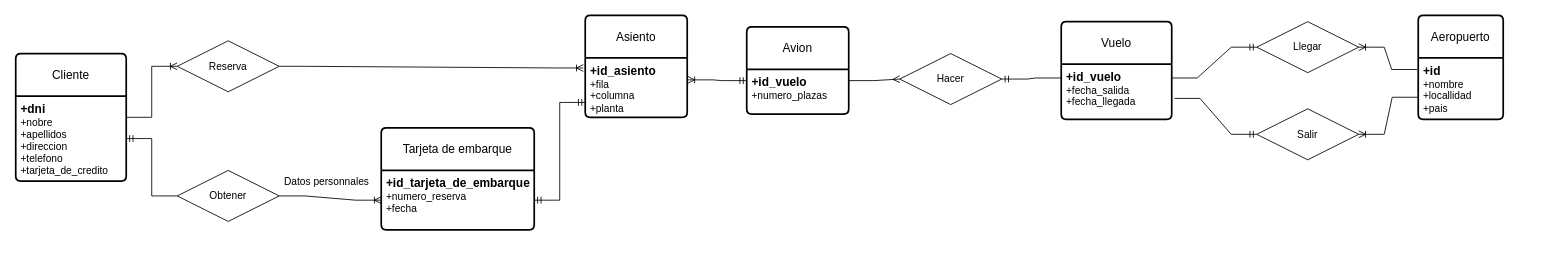
Above: ejercicio8.drawio in AsierGArranz/aga-sru-sa-t-UD12DiagramaER-11102023 (draw.io), before the change. Source tidied: cells renumbered, new cells numbered last; positions are measured from the earlier drawing's top-left corner, leaving out a move shared by most shapes. Both pictures are drawn from the tidied source at 85%, with x=0, y=0 at pixel (15, 15).
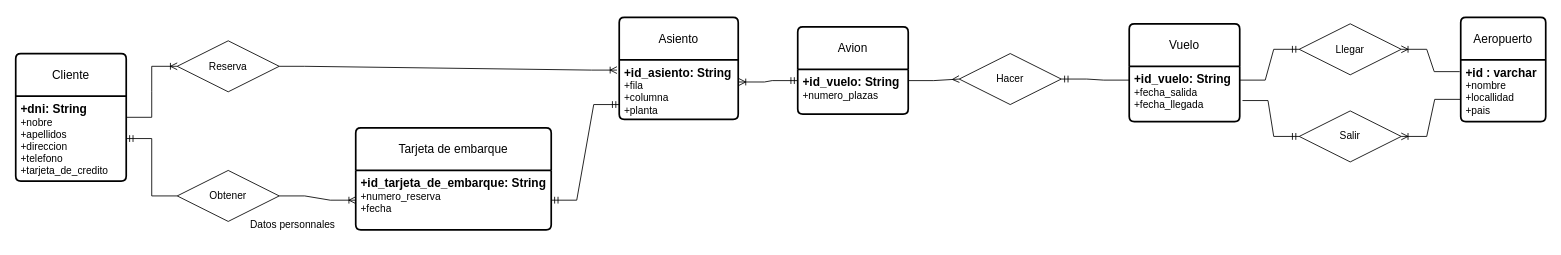
The same page after the edit.

The change refers to these unchanged cells:
```xml
<mxCell id="2" value="Cliente" style="swimlane;horizontal=1;startSize=50;rounded=1;fontSize=14;fontStyle=0;strokeWidth=2;shadow=0;dashed=0;align=center;arcSize=4;whiteSpace=wrap;html=1;" parent="1" vertex="1">
  <mxGeometry y="44.5" width="130" height="150" as="geometry" />
</mxCell>
```

Diff of the diagram source:
```diff
@@
-    <mxCell id="3" value="&lt;font style=&quot;font-size: 14px;&quot;&gt;&lt;b&gt;+dni&lt;/b&gt;&lt;/font&gt;&lt;br&gt;+nobre&lt;br&gt;+apellidos&lt;br&gt;+direccion&lt;br&gt;+telefono&lt;br&gt;+tarjeta_de_credito" style="align=left;strokeColor=none;fillColor=none;spacingLeft=4;fontSize=12;verticalAlign=top;html=1;" parent="2" vertex="1">
+    <mxCell id="3" value="&lt;font style=&quot;font-size: 14px;&quot;&gt;&lt;b&gt;+dni: String&lt;/b&gt;&lt;/font&gt;&lt;br&gt;+nobre&lt;br&gt;+apellidos&lt;br&gt;+direccion&lt;br&gt;+telefono&lt;br&gt;+tarjeta_de_credito" style="align=left;strokeColor=none;fillColor=none;spacingLeft=4;fontSize=12;verticalAlign=top;html=1;" parent="2" vertex="1">
       <mxGeometry y="50" width="130" height="100" as="geometry" />
     </mxCell>
     <mxCell id="4" value="Vuelo" style="swimlane;horizontal=1;startSize=50;rounded=1;fontSize=14;fontStyle=0;strokeWidth=2;shadow=0;dashed=0;align=center;arcSize=4;whiteSpace=wrap;html=1;" parent="1" vertex="1">
-      <mxGeometry x="1230" y="7" width="130" height="115" as="geometry" />
+      <mxGeometry x="1310" y="9.5" width="130" height="115" as="geometry" />
     </mxCell>
-    <mxCell id="5" value="&lt;b&gt;&lt;font style=&quot;font-size: 14px;&quot;&gt;+id_vuelo&lt;/font&gt;&lt;/b&gt;&lt;br&gt;+fecha_salida&lt;br&gt;+fecha_llegada" style="align=left;strokeColor=none;fillColor=none;spacingLeft=4;fontSize=12;verticalAlign=top;html=1;" parent="4" vertex="1">
+    <mxCell id="5" value="&lt;b&gt;&lt;font style=&quot;font-size: 14px;&quot;&gt;+id_vuelo: String&lt;/font&gt;&lt;/b&gt;&lt;br&gt;+fecha_salida&lt;br&gt;+fecha_llegada" style="align=left;strokeColor=none;fillColor=none;spacingLeft=4;fontSize=12;verticalAlign=top;html=1;" parent="4" vertex="1">
       <mxGeometry y="50" width="130" height="65" as="geometry" />
     </mxCell>
     <mxCell id="6" value="Tarjeta de embarque" style="swimlane;horizontal=1;startSize=50;rounded=1;fontSize=14;fontStyle=0;strokeWidth=2;shadow=0;dashed=0;align=center;arcSize=4;whiteSpace=wrap;html=1;" parent="1" vertex="1">
-      <mxGeometry x="430" y="132" width="180" height="120" as="geometry" />
+      <mxGeometry x="400" y="132" width="230" height="120" as="geometry" />
     </mxCell>
-    <mxCell id="7" value="&lt;font style=&quot;font-size: 14px;&quot;&gt;&lt;b&gt;+id_tarjeta_de_embarque&lt;/b&gt;&lt;/font&gt;&lt;br&gt;+numero_reserva&lt;br&gt;+fecha" style="align=left;strokeColor=none;fillColor=none;spacingLeft=4;fontSize=12;verticalAlign=top;html=1;" parent="6" vertex="1">
-      <mxGeometry y="50" width="180" height="70" as="geometry" />
+    <mxCell id="7" value="&lt;font style=&quot;font-size: 14px;&quot;&gt;&lt;b&gt;+id_tarjeta_de_embarque: String&lt;br&gt;&lt;/b&gt;&lt;/font&gt;+numero_reserva&lt;br&gt;+fecha" style="align=left;strokeColor=none;fillColor=none;spacingLeft=4;fontSize=12;verticalAlign=top;html=1;" parent="6" vertex="1">
+      <mxGeometry y="50" width="230" height="70" as="geometry" />
     </mxCell>
@@
     <mxCell id="13" value="Asiento" style="swimlane;horizontal=1;startSize=50;rounded=1;fontSize=14;fontStyle=0;strokeWidth=2;shadow=0;dashed=0;align=center;arcSize=4;whiteSpace=wrap;html=1;" parent="1" vertex="1">
-      <mxGeometry x="670" y="-0.5" width="120" height="120" as="geometry" />
+      <mxGeometry x="710" y="2" width="140" height="120" as="geometry" />
     </mxCell>
-    <mxCell id="14" value="&lt;font style=&quot;font-size: 14px;&quot;&gt;&lt;b&gt;+id_asiento&lt;/b&gt;&lt;/font&gt;&lt;br&gt;+fila&lt;br&gt;+columna&lt;br&gt;+planta" style="align=left;strokeColor=none;fillColor=none;spacingLeft=4;fontSize=12;verticalAlign=top;html=1;" parent="13" vertex="1">
-      <mxGeometry y="50" width="120" height="70" as="geometry" />
+    <mxCell id="14" value="&lt;font style=&quot;font-size: 14px;&quot;&gt;&lt;b&gt;+id_asiento: String&lt;/b&gt;&lt;/font&gt;&lt;br&gt;+fila&lt;br&gt;+columna&lt;br&gt;+planta" style="align=left;strokeColor=none;fillColor=none;spacingLeft=4;fontSize=12;verticalAlign=top;html=1;" parent="13" vertex="1">
+      <mxGeometry y="50" width="140" height="70" as="geometry" />
     </mxCell>
@@
     <mxCell id="18" value="Datos personnales" style="text;strokeColor=none;fillColor=none;spacingLeft=4;spacingRight=4;overflow=hidden;fontSize=12;whiteSpace=wrap;html=1;" parent="1" vertex="1">
-      <mxGeometry x="310" y="182" width="120" height="30" as="geometry" />
+      <mxGeometry x="270" y="232" width="120" height="30" as="geometry" />
     </mxCell>
     <mxCell id="19" value="Aeropuerto" style="swimlane;horizontal=1;startSize=50;rounded=1;fontSize=14;fontStyle=0;strokeWidth=2;shadow=0;dashed=0;align=center;arcSize=4;whiteSpace=wrap;html=1;" parent="1" vertex="1">
-      <mxGeometry x="1650" y="-0.5" width="100" height="122.5" as="geometry" />
+      <mxGeometry x="1700" y="2" width="100" height="122.5" as="geometry" />
     </mxCell>
-    <mxCell id="20" value="&lt;b&gt;&lt;font style=&quot;font-size: 14px;&quot;&gt;+id&lt;/font&gt;&lt;/b&gt;&amp;nbsp;&lt;br&gt;+nombre&lt;br&gt;+locallidad&lt;br&gt;+pais" style="align=left;strokeColor=none;fillColor=none;spacingLeft=4;fontSize=12;verticalAlign=top;html=1;" parent="19" vertex="1">
+    <mxCell id="20" value="&lt;font style=&quot;font-size: 14px;&quot;&gt;&lt;b&gt;&lt;font style=&quot;&quot;&gt;+id&lt;/font&gt;&amp;nbsp;: varchar&lt;/b&gt;&lt;/font&gt;&lt;br&gt;+nombre&lt;br&gt;+locallidad&lt;br&gt;+pais" style="align=left;strokeColor=none;fillColor=none;spacingLeft=4;fontSize=12;verticalAlign=top;html=1;" parent="19" vertex="1">
       <mxGeometry y="50" width="100" height="72.5" as="geometry" />
     </mxCell>
@@
     <mxCell id="22" value="Llegar" style="shape=rhombus;perimeter=rhombusPerimeter;whiteSpace=wrap;html=1;align=center;" parent="1" vertex="1">
-      <mxGeometry x="1460" y="7" width="120" height="60" as="geometry" />
+      <mxGeometry x="1510" y="9.5" width="120" height="60" as="geometry" />
     </mxCell>
     <mxCell id="23" value="Salir&lt;br&gt;" style="shape=rhombus;perimeter=rhombusPerimeter;whiteSpace=wrap;html=1;align=center;" parent="1" vertex="1">
-      <mxGeometry x="1460" y="109.5" width="120" height="60" as="geometry" />
+      <mxGeometry x="1510" y="112" width="120" height="60" as="geometry" />
     </mxCell>
     <mxCell id="24" style="edgeStyle=entityRelationEdgeStyle;fontSize=12;html=1;endArrow=ERmandOne;rounded=0;entryX=0;entryY=0.5;entryDx=0;entryDy=0;exitX=1;exitY=0.25;exitDx=0;exitDy=0;" parent="1" edge="1" source="5" target="22">
       <mxGeometry relative="1" as="geometry">
         <Array as="points">
-          <mxPoint x="1350" y="467" />
+          <mxPoint x="1400" y="469.5" />
         </Array>
       </mxGeometry>
     </mxCell>
@@
     <mxCell id="27" value="Avion" style="swimlane;horizontal=1;startSize=50;rounded=1;fontSize=14;fontStyle=0;strokeWidth=2;shadow=0;dashed=0;align=center;arcSize=4;whiteSpace=wrap;html=1;" parent="1" vertex="1">
-      <mxGeometry x="860" y="13.2" width="120" height="102.5" as="geometry" />
+      <mxGeometry x="920" y="13.2" width="130" height="102.5" as="geometry" />
     </mxCell>
-    <mxCell id="28" value="&lt;font style=&quot;font-size: 14px;&quot;&gt;&lt;b&gt;+id_vuelo&lt;/b&gt;&lt;/font&gt;&lt;br&gt;+numero_plazas" style="align=left;strokeColor=none;fillColor=none;spacingLeft=4;fontSize=12;verticalAlign=top;html=1;" parent="27" vertex="1">
-      <mxGeometry y="50" width="120" height="52.5" as="geometry" />
+    <mxCell id="28" value="&lt;font style=&quot;font-size: 14px;&quot;&gt;&lt;b&gt;+id_vuelo: String&lt;/b&gt;&lt;/font&gt;&lt;br&gt;+numero_plazas" style="align=left;strokeColor=none;fillColor=none;spacingLeft=4;fontSize=12;verticalAlign=top;html=1;" parent="27" vertex="1">
+      <mxGeometry y="50" width="130" height="52.5" as="geometry" />
     </mxCell>
     <mxCell id="29" value="Hacer" style="shape=rhombus;perimeter=rhombusPerimeter;whiteSpace=wrap;html=1;align=center;" parent="1" vertex="1">
-      <mxGeometry x="1040" y="44.5" width="120" height="60" as="geometry" />
+      <mxGeometry x="1110" y="44.5" width="120" height="60" as="geometry" />
     </mxCell>
```
